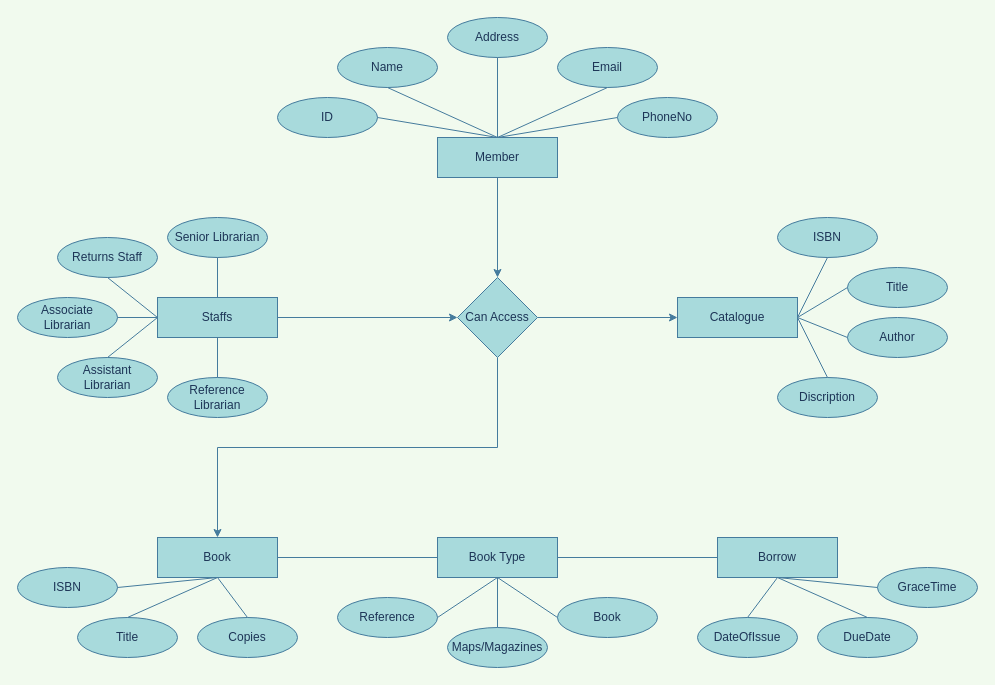
Before: EER.drawio in SayoniSaha/Drawio, a draw.io diagram. Source tidied: cells renumbered, new cells numbered last; positions are measured from the earlier drawing's top-left corner, leaving out a move shared by most shapes. Both pictures are drawn from the tidied source at 100%, with x=0, y=0 at pixel (17, 17).
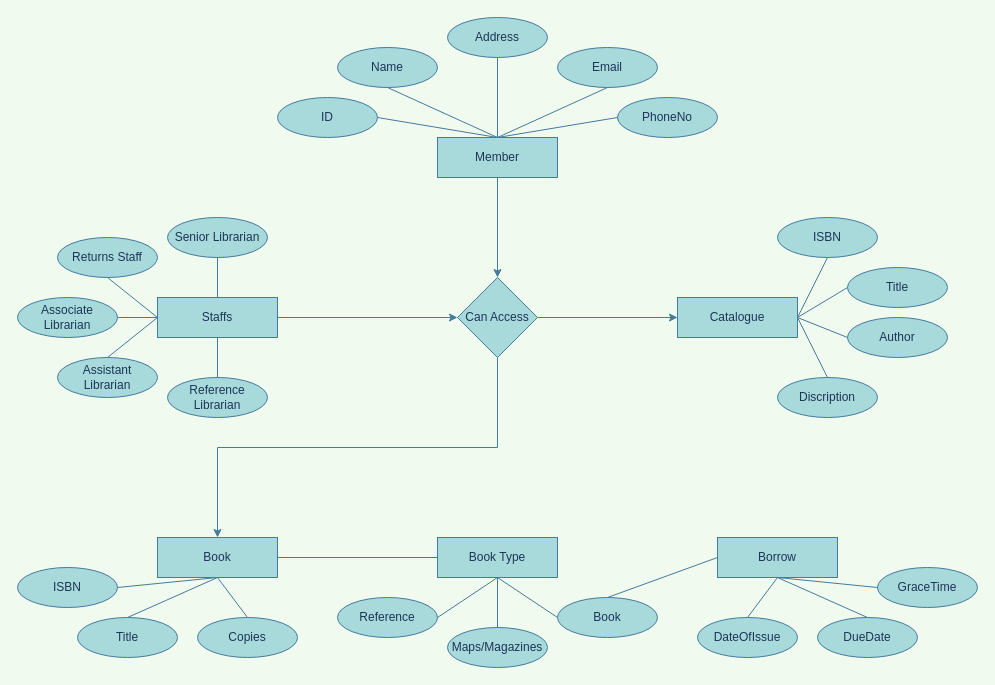
The same diagram, later.

The change refers to these unchanged cells:
```xml
<mxCell id="35" value="Book Type" style="rounded=0;whiteSpace=wrap;html=1;fillColor=#A8DADC;strokeColor=#457B9D;fontColor=#1D3557;" parent="1" vertex="1">
  <mxGeometry x="420" y="520" width="120" height="40" as="geometry" />
</mxCell>
<mxCell id="38" value="Book" style="ellipse;whiteSpace=wrap;html=1;fillColor=#A8DADC;strokeColor=#457B9D;fontColor=#1D3557;" parent="1" vertex="1">
  <mxGeometry x="540" y="580" width="100" height="40" as="geometry" />
</mxCell>
<mxCell id="46" value="Borrow" style="rounded=0;whiteSpace=wrap;html=1;fillColor=#A8DADC;strokeColor=#457B9D;fontColor=#1D3557;" parent="1" vertex="1">
  <mxGeometry x="700" y="520" width="120" height="40" as="geometry" />
</mxCell>
```

What changed in the source:
```diff
@@
-    <mxCell id="60" style="endArrow=none;html=1;exitX=1;exitY=0.5;exitDx=0;exitDy=0;entryX=0;entryY=0.5;entryDx=0;entryDy=0;labelBackgroundColor=#F1FAEE;strokeColor=#457B9D;fontColor=#1D3557;" parent="1" edge="1" source="35" target="46">
+    <mxCell id="60" style="endArrow=none;html=1;exitX=0.5;exitY=0;exitDx=0;exitDy=0;entryX=0;entryY=0.5;entryDx=0;entryDy=0;labelBackgroundColor=#F1FAEE;strokeColor=#457B9D;fontColor=#1D3557;" parent="1" edge="1" source="38" target="46">
       <mxGeometry relative="1" as="geometry" />
     </mxCell>
```
